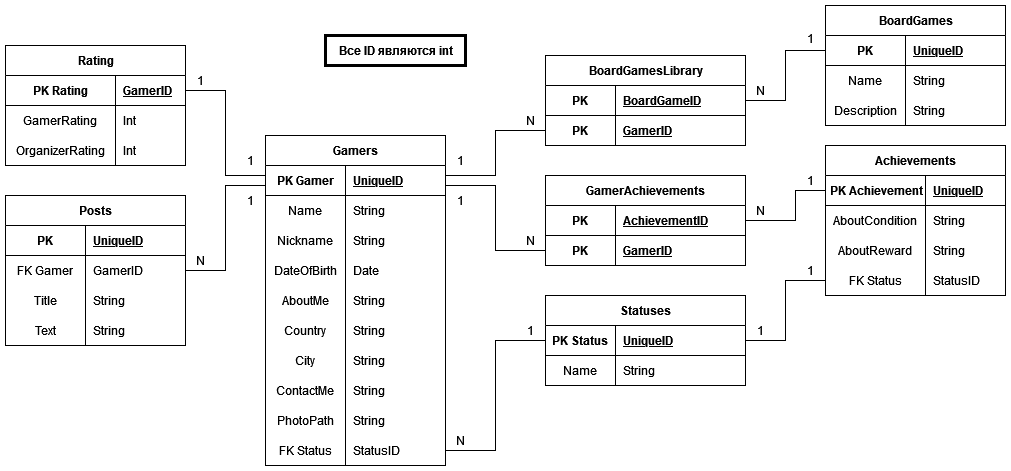
ToToshka45/GameBy keeps this draw.io diagram as GameBy/GamerProfileService/Diagrams/ProfileServiceERDiagram.drawio.png. Above is the earlier version. Source tidied: cells renumbered, new cells last; positions are measured from the earlier drawing's top-left corner, leaving out a move shared by most shapes.
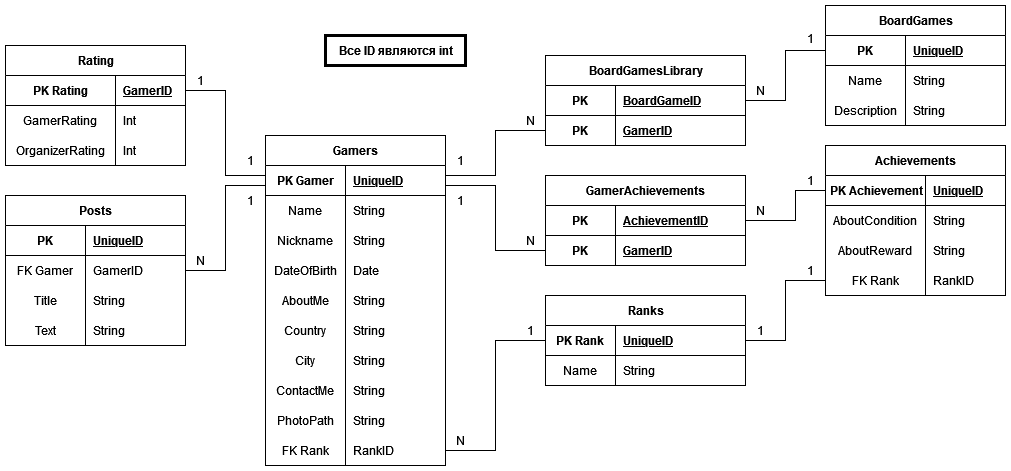
The same diagram one commit later.

Change to the diagram source:
```diff
@@ -89,10 +89,10 @@
     <mxCell id="30" style="shape=tableRow;horizontal=0;startSize=0;swimlaneHead=0;swimlaneBody=0;fillColor=none;points=[[0,0.5],[1,0.5]];portConstraint=eastwest;top=0;left=0;right=0;bottom=0;" parent="2" vertex="1">
       <mxGeometry y="300" width="180" height="30" as="geometry" />
     </mxCell>
-    <mxCell id="31" value="FK Status" style="shape=partialRectangle;fillColor=none;top=0;left=0;bottom=0;right=0;overflow=hidden;whiteSpace=wrap;html=1;" parent="30" vertex="1">
+    <mxCell id="31" value="FK Rank" style="shape=partialRectangle;fillColor=none;top=0;left=0;bottom=0;right=0;overflow=hidden;whiteSpace=wrap;html=1;" parent="30" vertex="1">
       <mxGeometry width="80" height="30" as="geometry" />
     </mxCell>
-    <mxCell id="32" value="StatusID" style="shape=partialRectangle;fillColor=none;top=0;left=0;bottom=0;right=0;align=left;spacingLeft=6;overflow=hidden;whiteSpace=wrap;html=1;" parent="30" vertex="1">
+    <mxCell id="32" value="RankID" style="shape=partialRectangle;fillColor=none;top=0;left=0;bottom=0;right=0;align=left;spacingLeft=6;overflow=hidden;whiteSpace=wrap;html=1;" parent="30" vertex="1">
       <mxGeometry x="80" width="100" height="30" as="geometry" />
     </mxCell>
     <mxCell id="33" value="Rating" style="shape=table;startSize=30;rowLines=0;fontStyle=1;align=center;html=1;" parent="1" vertex="1">
@@ -158,19 +158,19 @@
     <mxCell id="53" style="shape=tableRow;horizontal=0;startSize=0;swimlaneHead=0;swimlaneBody=0;fillColor=none;points=[[0,0.5],[1,0.5]];portConstraint=eastwest;top=0;left=0;right=0;bottom=0;" parent="43" vertex="1">
       <mxGeometry y="120" width="180" height="30" as="geometry" />
     </mxCell>
-    <mxCell id="54" value="FK Status " style="shape=partialRectangle;fillColor=none;top=0;left=0;bottom=0;right=0;overflow=hidden;whiteSpace=wrap;html=1;" parent="53" vertex="1">
+    <mxCell id="54" value="FK Rank " style="shape=partialRectangle;fillColor=none;top=0;left=0;bottom=0;right=0;overflow=hidden;whiteSpace=wrap;html=1;" parent="53" vertex="1">
       <mxGeometry width="100" height="30" as="geometry" />
     </mxCell>
-    <mxCell id="55" value="StatusID" style="shape=partialRectangle;fillColor=none;top=0;left=0;bottom=0;right=0;align=left;spacingLeft=6;overflow=hidden;whiteSpace=wrap;html=1;" parent="53" vertex="1">
+    <mxCell id="55" value="RankID" style="shape=partialRectangle;fillColor=none;top=0;left=0;bottom=0;right=0;align=left;spacingLeft=6;overflow=hidden;whiteSpace=wrap;html=1;" parent="53" vertex="1">
       <mxGeometry x="100" width="80" height="30" as="geometry" />
     </mxCell>
-    <mxCell id="56" value="Statuses" style="shape=table;startSize=30;rowLines=0;fontStyle=1;align=center;html=1;" parent="1" vertex="1">
+    <mxCell id="56" value="Ranks" style="shape=table;startSize=30;rowLines=0;fontStyle=1;align=center;html=1;" parent="1" vertex="1">
       <mxGeometry x="540" y="290" width="200" height="90" as="geometry" />
     </mxCell>
     <mxCell id="57" style="shape=tableRow;horizontal=0;startSize=0;swimlaneHead=0;swimlaneBody=0;fillColor=none;points=[[0,0.5],[1,0.5]];portConstraint=eastwest;top=0;left=0;right=0;bottom=1;" parent="56" vertex="1">
       <mxGeometry y="30" width="200" height="30" as="geometry" />
     </mxCell>
-    <mxCell id="58" value="PK Status" style="shape=partialRectangle;fillColor=none;top=0;left=0;bottom=0;right=0;fontStyle=1;overflow=hidden;whiteSpace=wrap;html=1;" parent="57" vertex="1">
+    <mxCell id="58" value="PK Rank" style="shape=partialRectangle;fillColor=none;top=0;left=0;bottom=0;right=0;fontStyle=1;overflow=hidden;whiteSpace=wrap;html=1;" parent="57" vertex="1">
       <mxGeometry width="70" height="30" as="geometry" />
     </mxCell>
     <mxCell id="59" value="UniqueID" style="shape=partialRectangle;fillColor=none;top=0;left=0;bottom=0;right=0;align=left;spacingLeft=6;fontStyle=5;overflow=hidden;whiteSpace=wrap;html=1;" parent="57" vertex="1">
```
